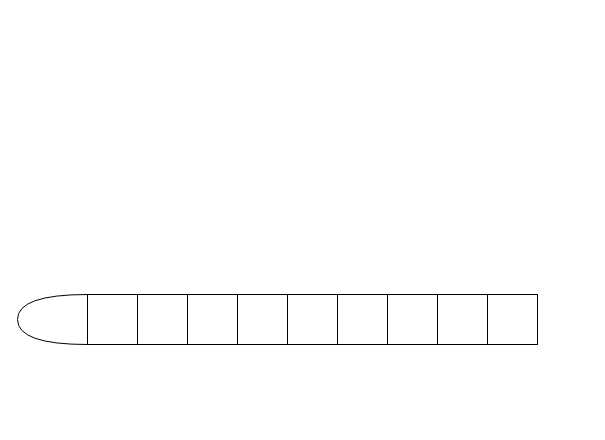
This is test.drawio from ChrisFynnWang/algorithm, a draw.io file, before an edit. Source tidied: cells renumbered, new cells numbered last; positions are measured from the earlier drawing's top-left corner, leaving out a move shared by most shapes. Both pictures are drawn from the tidied source at 100%, with x=0, y=0 at pixel (17, 294).
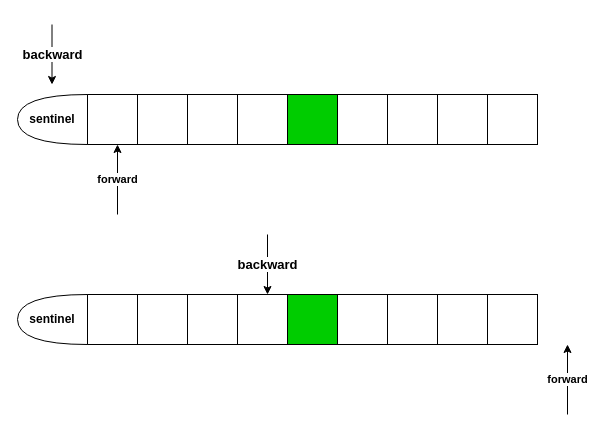
The same diagram, later.

The edit, as a diff of the source:
```diff
@@
-    <mxCell id="2" style="group;" parent="1" vertex="1">
+    <mxCell id="2" style="group;fillColor=#00CC00;" parent="1" vertex="1">
       <mxGeometry x="70" width="450" height="50" as="geometry" />
     </mxCell>
@@
-    <mxCell id="7" style="whiteSpace=wrap;html=1;" parent="2" vertex="1">
+    <mxCell id="7" style="whiteSpace=wrap;html=1;fillColor=#00CC00;" parent="2" vertex="1">
       <mxGeometry x="200" width="50" height="50" as="geometry" />
     </mxCell>
@@
-    <mxCell id="12" style="shape=or;whiteSpace=wrap;html=1;direction=west;" parent="1" vertex="1">
+    <mxCell id="12" value="&lt;span style=&quot;&quot;&gt;sentinel&lt;/span&gt;" style="shape=or;whiteSpace=wrap;html=1;direction=west;fontStyle=1;" parent="1" vertex="1">
       <mxGeometry width="70" height="50" as="geometry" />
     </mxCell>
+    <mxCell id="13" value="&lt;span style=&quot;font-family: &amp;quot;Microsoft YaHei&amp;quot;; font-size: 13px; text-align: start;&quot;&gt;backward&lt;/span&gt;" style="endArrow=classic;html=1;rounded=0;fontStyle=1;" parent="1" edge="1">
+      <mxGeometry relative="1" as="geometry">
+        <mxPoint x="250" y="-60" as="sourcePoint" />
+        <mxPoint x="250" as="targetPoint" />
+      </mxGeometry>
+    </mxCell>
+    <mxCell id="14" value="forward" style="endArrow=classic;html=1;rounded=0;fontStyle=1;" parent="1" edge="1">
+      <mxGeometry relative="1" as="geometry">
+        <mxPoint x="550" y="120" as="sourcePoint" />
+        <mxPoint x="550" y="50" as="targetPoint" />
+        <Array as="points">
+          <mxPoint x="550" y="80" />
+        </Array>
+      </mxGeometry>
+    </mxCell>
+    <mxCell id="15" style="group;fillColor=#00CC00;" parent="1" vertex="1">
+      <mxGeometry x="70" y="-200" width="450" height="50" as="geometry" />
+    </mxCell>
+    <mxCell id="16" style="whiteSpace=wrap;html=1;" parent="15" vertex="1">
+      <mxGeometry width="50" height="50" as="geometry" />
+    </mxCell>
+    <mxCell id="17" style="whiteSpace=wrap;html=1;" parent="15" vertex="1">
+      <mxGeometry x="50" width="50" height="50" as="geometry" />
+    </mxCell>
+    <mxCell id="18" style="whiteSpace=wrap;html=1;" parent="15" vertex="1">
+      <mxGeometry x="100" width="50" height="50" as="geometry" />
+    </mxCell>
+    <mxCell id="19" style="whiteSpace=wrap;html=1;" parent="15" vertex="1">
+      <mxGeometry x="150" width="50" height="50" as="geometry" />
+    </mxCell>
+    <mxCell id="20" style="whiteSpace=wrap;html=1;fillColor=#00CC00;" parent="15" vertex="1">
+      <mxGeometry x="200" width="50" height="50" as="geometry" />
+    </mxCell>
+    <mxCell id="21" style="whiteSpace=wrap;html=1;" parent="15" vertex="1">
+      <mxGeometry x="250" width="50" height="50" as="geometry" />
+    </mxCell>
+    <mxCell id="22" style="whiteSpace=wrap;html=1;" parent="15" vertex="1">
+      <mxGeometry x="300" width="50" height="50" as="geometry" />
+    </mxCell>
+    <mxCell id="23" style="whiteSpace=wrap;html=1;" parent="15" vertex="1">
+      <mxGeometry x="350" width="50" height="50" as="geometry" />
+    </mxCell>
+    <mxCell id="24" style="whiteSpace=wrap;html=1;" parent="15" vertex="1">
+      <mxGeometry x="400" width="50" height="50" as="geometry" />
+    </mxCell>
+    <mxCell id="25" value="sentinel" style="shape=or;whiteSpace=wrap;html=1;direction=west;fontStyle=1;" parent="1" vertex="1">
+      <mxGeometry y="-200" width="70" height="50" as="geometry" />
+    </mxCell>
+    <mxCell id="26" value="&lt;span style=&quot;font-family: &amp;quot;Microsoft YaHei&amp;quot;; font-size: 13px; text-align: start;&quot;&gt;backward&lt;/span&gt;" style="endArrow=classic;html=1;rounded=0;fontStyle=1;" parent="1" edge="1">
+      <mxGeometry relative="1" as="geometry">
+        <mxPoint x="34.5" y="-270" as="sourcePoint" />
+        <mxPoint x="34.5" y="-210" as="targetPoint" />
+      </mxGeometry>
+    </mxCell>
+    <mxCell id="27" value="forward" style="endArrow=classic;html=1;rounded=0;fontStyle=1;" parent="1" edge="1">
+      <mxGeometry relative="1" as="geometry">
+        <mxPoint x="100" y="-80" as="sourcePoint" />
+        <mxPoint x="100" y="-150" as="targetPoint" />
+        <Array as="points">
+          <mxPoint x="100" y="-120" />
+        </Array>
+      </mxGeometry>
+    </mxCell>
```
